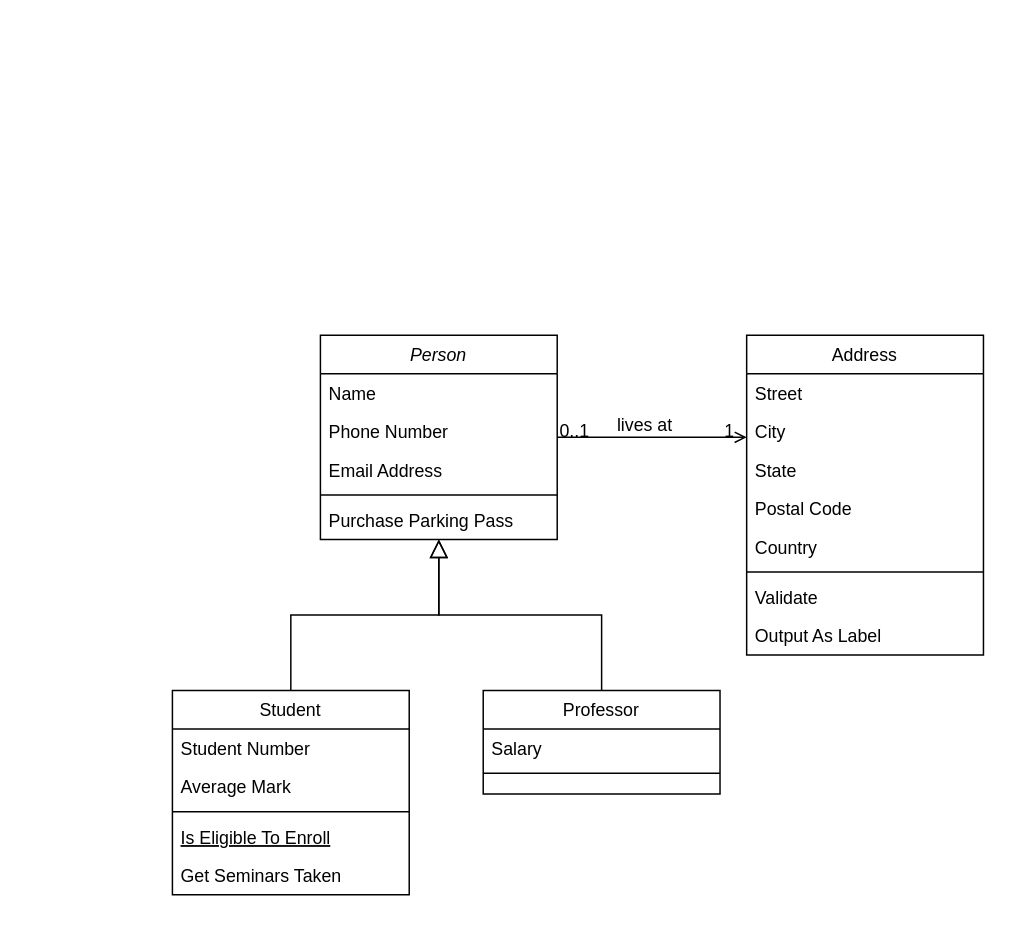
Earlier version of the draw.io diagram Diagrama de classe.drawio (JoaoGans/DRAW.tcc). Source tidied: cells renumbered, new cells numbered last; positions are measured from the earlier drawing's top-left corner, leaving out a move shared by most shapes. Both pictures are drawn from the tidied source at 148%, with x=0, y=0 at pixel (172, 334).
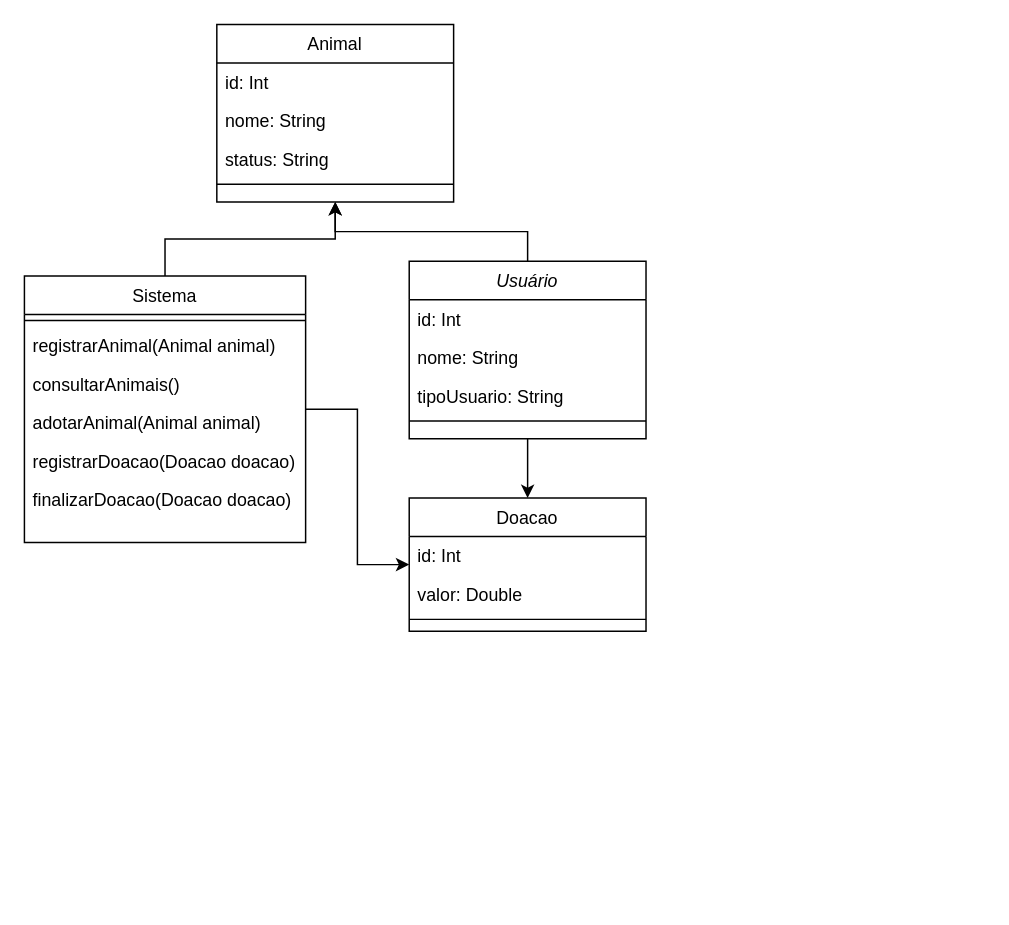
Above is the later version.

Diff of the diagram source:
```diff
@@
+    <mxCell id="28" style="edgeStyle=orthogonalEdgeStyle;rounded=0;jettySize=auto;html=1;" parent="1" edge="1" source="2" target="19">
+      <mxGeometry relative="1" as="geometry" />
+    </mxCell>
+    <mxCell id="32" style="edgeStyle=orthogonalEdgeStyle;rounded=0;jettySize=auto;html=1;" parent="1" edge="1" source="2" target="15">
+      <mxGeometry relative="1" as="geometry" />
+    </mxCell>
-    <mxCell id="2" value="Person" style="swimlane;fontStyle=2;align=center;verticalAlign=top;horizontal=1;startSize=26;rounded=0;shadow=0;strokeWidth=1;" parent="1" vertex="1">
-      <mxGeometry x="100" width="160" height="138" as="geometry" />
+    <mxCell id="2" value="Usuário" style="swimlane;fontStyle=2;align=center;verticalAlign=top;horizontal=1;startSize=26;rounded=0;shadow=0;strokeWidth=1;" parent="1" vertex="1">
+      <mxGeometry x="160" y="-50" width="160" height="120" as="geometry" />
     </mxCell>
-    <mxCell id="3" value="Name" style="text;align=left;verticalAlign=top;spacingLeft=4;spacingRight=4;overflow=hidden;" parent="2" vertex="1">
+    <mxCell id="3" value="id: Int" style="text;align=left;verticalAlign=top;spacingLeft=4;spacingRight=4;overflow=hidden;" parent="2" vertex="1">
       <mxGeometry y="26" width="160" height="26" as="geometry" />
     </mxCell>
-    <mxCell id="4" value="Phone Number" style="text;align=left;verticalAlign=top;spacingLeft=4;spacingRight=4;overflow=hidden;rounded=0;shadow=0;html=0;" parent="2" vertex="1">
+    <mxCell id="4" value="nome: String" style="text;align=left;verticalAlign=top;spacingLeft=4;spacingRight=4;overflow=hidden;rounded=0;shadow=0;html=0;" parent="2" vertex="1">
       <mxGeometry y="52" width="160" height="26" as="geometry" />
     </mxCell>
-    <mxCell id="5" value="Email Address" style="text;align=left;verticalAlign=top;spacingLeft=4;spacingRight=4;overflow=hidden;rounded=0;shadow=0;html=0;" parent="2" vertex="1">
+    <mxCell id="5" value="tipoUsuario: String" style="text;align=left;verticalAlign=top;spacingLeft=4;spacingRight=4;overflow=hidden;rounded=0;shadow=0;html=0;" parent="2" vertex="1">
       <mxGeometry y="78" width="160" height="26" as="geometry" />
     </mxCell>
@@
-    <mxCell id="7" value="Purchase Parking Pass" style="text;align=left;verticalAlign=top;spacingLeft=4;spacingRight=4;overflow=hidden;" parent="2" vertex="1">
-      <mxGeometry y="112" width="160" height="26" as="geometry" />
-    </mxCell>
+    <mxCell id="33" style="edgeStyle=orthogonalEdgeStyle;rounded=0;jettySize=auto;html=1;" parent="1" edge="1" source="8" target="15">
+      <mxGeometry relative="1" as="geometry" />
+    </mxCell>
+    <mxCell id="34" style="edgeStyle=orthogonalEdgeStyle;rounded=0;jettySize=auto;html=1;" parent="1" edge="1" source="8" target="19">
+      <mxGeometry relative="1" as="geometry" />
+    </mxCell>
-    <mxCell id="8" value="Student" style="swimlane;fontStyle=0;align=center;verticalAlign=top;horizontal=1;startSize=26;rounded=0;shadow=0;strokeWidth=1;" parent="1" vertex="1">
-      <mxGeometry y="240" width="160" height="138" as="geometry" />
+    <mxCell id="8" value="Sistema" style="swimlane;fontStyle=0;align=center;verticalAlign=top;horizontal=1;startSize=26;rounded=0;shadow=0;strokeWidth=1;" parent="1" vertex="1">
+      <mxGeometry x="-100" y="-40" width="190" height="180" as="geometry" />
     </mxCell>
+    <mxCell id="11" style="line;html=1;strokeWidth=1;align=left;verticalAlign=middle;spacingTop=-1;spacingLeft=3;spacingRight=3;labelPosition=right;" parent="8" vertex="1">
+      <mxGeometry y="26" width="190" height="8" as="geometry" />
+    </mxCell>
+    <mxCell id="13" value="registrarAnimal(Animal animal)" style="text;align=left;verticalAlign=top;spacingLeft=4;spacingRight=4;overflow=hidden;" parent="8" vertex="1">
+      <mxGeometry y="34" width="190" height="26" as="geometry" />
+    </mxCell>
+    <mxCell id="35" value="consultarAnimais()" style="text;align=left;verticalAlign=top;spacingLeft=4;spacingRight=4;overflow=hidden;" parent="8" vertex="1">
+      <mxGeometry y="60" width="190" height="26" as="geometry" />
+    </mxCell>
+    <mxCell id="36" value="adotarAnimal(Animal animal)" style="text;align=left;verticalAlign=top;spacingLeft=4;spacingRight=4;overflow=hidden;" parent="8" vertex="1">
+      <mxGeometry y="86" width="190" height="26" as="geometry" />
+    </mxCell>
+    <mxCell id="37" value="registrarDoacao(Doacao doacao)" style="text;align=left;verticalAlign=top;spacingLeft=4;spacingRight=4;overflow=hidden;" parent="8" vertex="1">
+      <mxGeometry y="112" width="190" height="26" as="geometry" />
+    </mxCell>
+    <mxCell id="38" value="finalizarDoacao(Doacao doacao)" style="text;align=left;verticalAlign=top;spacingLeft=4;spacingRight=4;overflow=hidden;" parent="8" vertex="1">
+      <mxGeometry y="138" width="190" height="26" as="geometry" />
+    </mxCell>
+    <mxCell id="15" value="Doacao" style="swimlane;fontStyle=0;align=center;verticalAlign=top;horizontal=1;startSize=26;rounded=0;shadow=0;strokeWidth=1;" parent="1" vertex="1">
+      <mxGeometry x="160" y="110" width="160" height="90" as="geometry" />
+    </mxCell>
-    <mxCell id="9" value="Student Number" style="text;align=left;verticalAlign=top;spacingLeft=4;spacingRight=4;overflow=hidden;" parent="8" vertex="1">
+    <mxCell id="9" value="id: Int" style="text;align=left;verticalAlign=top;spacingLeft=4;spacingRight=4;overflow=hidden;" parent="15" vertex="1">
       <mxGeometry y="26" width="160" height="26" as="geometry" />
     </mxCell>
-    <mxCell id="10" value="Average Mark" style="text;align=left;verticalAlign=top;spacingLeft=4;spacingRight=4;overflow=hidden;rounded=0;shadow=0;html=0;" parent="8" vertex="1">
+    <mxCell id="10" value="valor: Double" style="text;align=left;verticalAlign=top;spacingLeft=4;spacingRight=4;overflow=hidden;rounded=0;shadow=0;html=0;" parent="15" vertex="1">
       <mxGeometry y="52" width="160" height="26" as="geometry" />
     </mxCell>
-    <mxCell id="11" style="line;html=1;strokeWidth=1;align=left;verticalAlign=middle;spacingTop=-1;spacingLeft=3;spacingRight=3;labelPosition=right;" parent="8" vertex="1">
-      <mxGeometry y="78" width="160" height="8" as="geometry" />
-    </mxCell>
-    <mxCell id="12" value="Is Eligible To Enroll" style="text;align=left;verticalAlign=top;spacingLeft=4;spacingRight=4;overflow=hidden;fontStyle=4;" parent="8" vertex="1">
-      <mxGeometry y="86" width="160" height="26" as="geometry" />
-    </mxCell>
-    <mxCell id="13" value="Get Seminars Taken" style="text;align=left;verticalAlign=top;spacingLeft=4;spacingRight=4;overflow=hidden;" parent="8" vertex="1">
-      <mxGeometry y="112" width="160" height="26" as="geometry" />
-    </mxCell>
-    <mxCell id="14" style="endArrow=block;endSize=10;endFill=0;shadow=0;strokeWidth=1;rounded=0;curved=0;edgeStyle=elbowEdgeStyle;elbow=vertical;" parent="1" edge="1" source="8" target="2">
-      <mxGeometry relative="1" as="geometry" />
-    </mxCell>
-    <mxCell id="15" value="Professor" style="swimlane;fontStyle=0;align=center;verticalAlign=top;horizontal=1;startSize=26;rounded=0;shadow=0;strokeWidth=1;" parent="1" vertex="1">
-      <mxGeometry x="210" y="240" width="160" height="70" as="geometry" />
-    </mxCell>
-    <mxCell id="16" value="Salary" style="text;align=left;verticalAlign=top;spacingLeft=4;spacingRight=4;overflow=hidden;" parent="15" vertex="1">
-      <mxGeometry y="26" width="160" height="26" as="geometry" />
-    </mxCell>
     <mxCell id="17" style="line;html=1;strokeWidth=1;align=left;verticalAlign=middle;spacingTop=-1;spacingLeft=3;spacingRight=3;labelPosition=right;" parent="15" vertex="1">
-      <mxGeometry y="52" width="160" height="8" as="geometry" />
+      <mxGeometry y="78" width="160" height="8" as="geometry" />
     </mxCell>
-    <mxCell id="18" style="endArrow=block;endSize=10;endFill=0;shadow=0;strokeWidth=1;rounded=0;curved=0;edgeStyle=elbowEdgeStyle;elbow=vertical;" parent="1" edge="1" source="15" target="2">
-      <mxGeometry relative="1" as="geometry" />
-    </mxCell>
-    <mxCell id="19" value="Address" style="swimlane;fontStyle=0;align=center;verticalAlign=top;horizontal=1;startSize=26;rounded=0;shadow=0;strokeWidth=1;" parent="1" vertex="1">
-      <mxGeometry x="388" width="160" height="216" as="geometry" />
+    <mxCell id="19" value="Animal" style="swimlane;fontStyle=0;align=center;verticalAlign=top;horizontal=1;startSize=26;rounded=0;shadow=0;strokeWidth=1;" parent="1" vertex="1">
+      <mxGeometry x="30" y="-210" width="160" height="120" as="geometry" />
     </mxCell>
-    <mxCell id="20" value="Street" style="text;align=left;verticalAlign=top;spacingLeft=4;spacingRight=4;overflow=hidden;" parent="19" vertex="1">
+    <mxCell id="20" value="id: Int" style="text;align=left;verticalAlign=top;spacingLeft=4;spacingRight=4;overflow=hidden;" parent="19" vertex="1">
       <mxGeometry y="26" width="160" height="26" as="geometry" />
     </mxCell>
-    <mxCell id="21" value="City" style="text;align=left;verticalAlign=top;spacingLeft=4;spacingRight=4;overflow=hidden;rounded=0;shadow=0;html=0;" parent="19" vertex="1">
+    <mxCell id="21" value="nome: String" style="text;align=left;verticalAlign=top;spacingLeft=4;spacingRight=4;overflow=hidden;rounded=0;shadow=0;html=0;" parent="19" vertex="1">
       <mxGeometry y="52" width="160" height="26" as="geometry" />
     </mxCell>
-    <mxCell id="22" value="State" style="text;align=left;verticalAlign=top;spacingLeft=4;spacingRight=4;overflow=hidden;rounded=0;shadow=0;html=0;" parent="19" vertex="1">
+    <mxCell id="22" value="status: String" style="text;align=left;verticalAlign=top;spacingLeft=4;spacingRight=4;overflow=hidden;rounded=0;shadow=0;html=0;" parent="19" vertex="1">
       <mxGeometry y="78" width="160" height="26" as="geometry" />
     </mxCell>
-    <mxCell id="23" value="Postal Code" style="text;align=left;verticalAlign=top;spacingLeft=4;spacingRight=4;overflow=hidden;rounded=0;shadow=0;html=0;" parent="19" vertex="1">
-      <mxGeometry y="104" width="160" height="26" as="geometry" />
-    </mxCell>
-    <mxCell id="24" value="Country" style="text;align=left;verticalAlign=top;spacingLeft=4;spacingRight=4;overflow=hidden;rounded=0;shadow=0;html=0;" parent="19" vertex="1">
-      <mxGeometry y="130" width="160" height="26" as="geometry" />
-    </mxCell>
     <mxCell id="25" style="line;html=1;strokeWidth=1;align=left;verticalAlign=middle;spacingTop=-1;spacingLeft=3;spacingRight=3;labelPosition=right;" parent="19" vertex="1">
-      <mxGeometry y="156" width="160" height="8" as="geometry" />
+      <mxGeometry y="104" width="160" height="8" as="geometry" />
     </mxCell>
-    <mxCell id="26" value="Validate" style="text;align=left;verticalAlign=top;spacingLeft=4;spacingRight=4;overflow=hidden;" parent="19" vertex="1">
-      <mxGeometry y="164" width="160" height="26" as="geometry" />
-    </mxCell>
-    <mxCell id="27" value="Output As Label" style="text;align=left;verticalAlign=top;spacingLeft=4;spacingRight=4;overflow=hidden;" parent="19" vertex="1">
-      <mxGeometry y="190" width="160" height="26" as="geometry" />
-    </mxCell>
-    <mxCell id="28" style="endArrow=open;shadow=0;strokeWidth=1;rounded=0;curved=0;endFill=1;edgeStyle=elbowEdgeStyle;elbow=vertical;" parent="1" edge="1" source="2" target="19">
-      <mxGeometry x="0.5" y="41" relative="1" as="geometry">
-        <mxPoint x="-40" y="32" as="offset" />
-      </mxGeometry>
-    </mxCell>
-    <mxCell id="29" value="0..1" style="align=left;verticalAlign=bottom;labelBackgroundColor=none;fontSize=12;" parent="28" vertex="1">
-      <mxGeometry x="-1" relative="1" as="geometry">
-        <mxPoint y="4" as="offset" />
-      </mxGeometry>
-    </mxCell>
-    <mxCell id="30" value="1" style="align=right;verticalAlign=bottom;labelBackgroundColor=none;fontSize=12;" parent="28" vertex="1">
-      <mxGeometry x="1" relative="1" as="geometry">
-        <mxPoint x="-7" y="4" as="offset" />
-      </mxGeometry>
-    </mxCell>
-    <mxCell id="31" value="lives at" style="text;html=1;align=center;verticalAlign=middle;labelBackgroundColor=none;rounded=0;shadow=0;strokeWidth=1;fontSize=12;" parent="28" vertex="1">
-      <mxGeometry x="0.5" y="49" relative="1" as="geometry">
-        <mxPoint x="-38" y="40" as="offset" />
-      </mxGeometry>
-    </mxCell>
```
